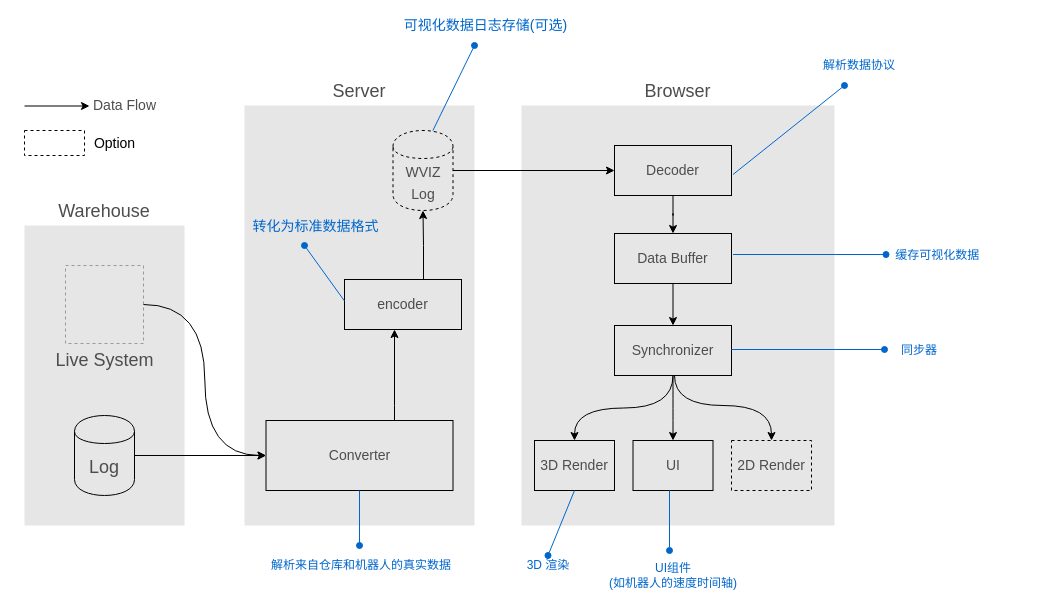
Before: wviz.drawio in hookex/chart, a draw.io diagram. Source tidied: cells renumbered, new cells numbered last; positions are measured from the earlier drawing's top-left corner, leaving out a move shared by most shapes. Both pictures are drawn from the tidied source at 100%, with x=0, y=0 at pixel (24, 45). Pictures stored in the file or linked from it are replaced by grey dashed boxes.
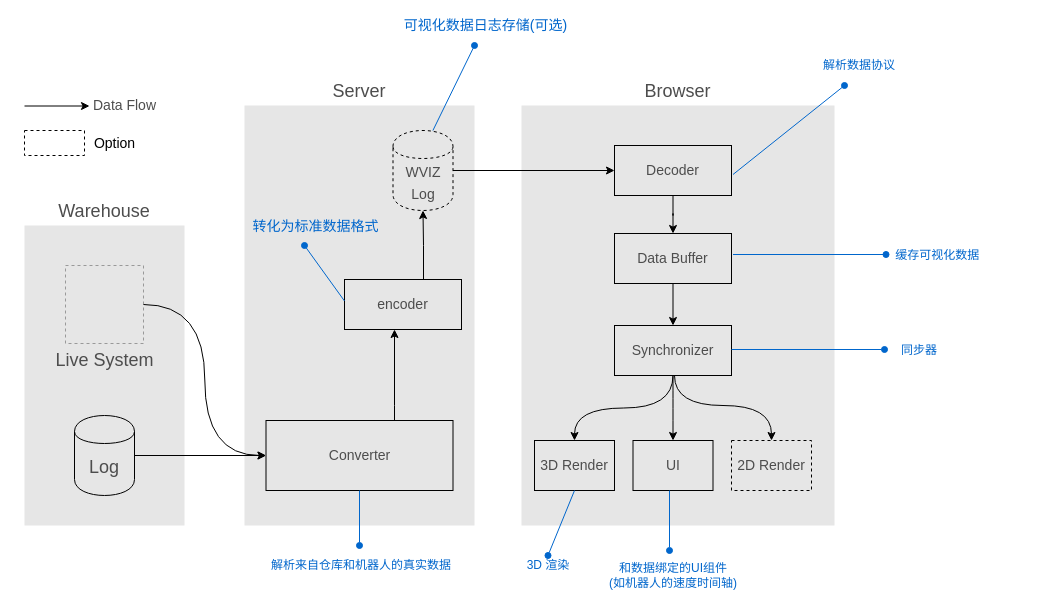
After the change.

Change to the diagram source:
```diff
@@
-    <mxCell id="41" value="UI组件&lt;br&gt;(如机器人的速度时间轴)" style="text;html=1;strokeColor=none;fillColor=none;align=center;verticalAlign=middle;whiteSpace=wrap;rounded=0;fontColor=#0066CC;" parent="1" vertex="1">
+    <mxCell id="41" value="和数据绑定的UI组件&lt;br&gt;(如机器人的速度时间轴)" style="text;html=1;strokeColor=none;fillColor=none;align=center;verticalAlign=middle;whiteSpace=wrap;rounded=0;fontColor=#0066CC;" parent="1" vertex="1">
       <mxGeometry x="583.5" y="520" width="130" height="20" as="geometry" />
     </mxCell>
```
